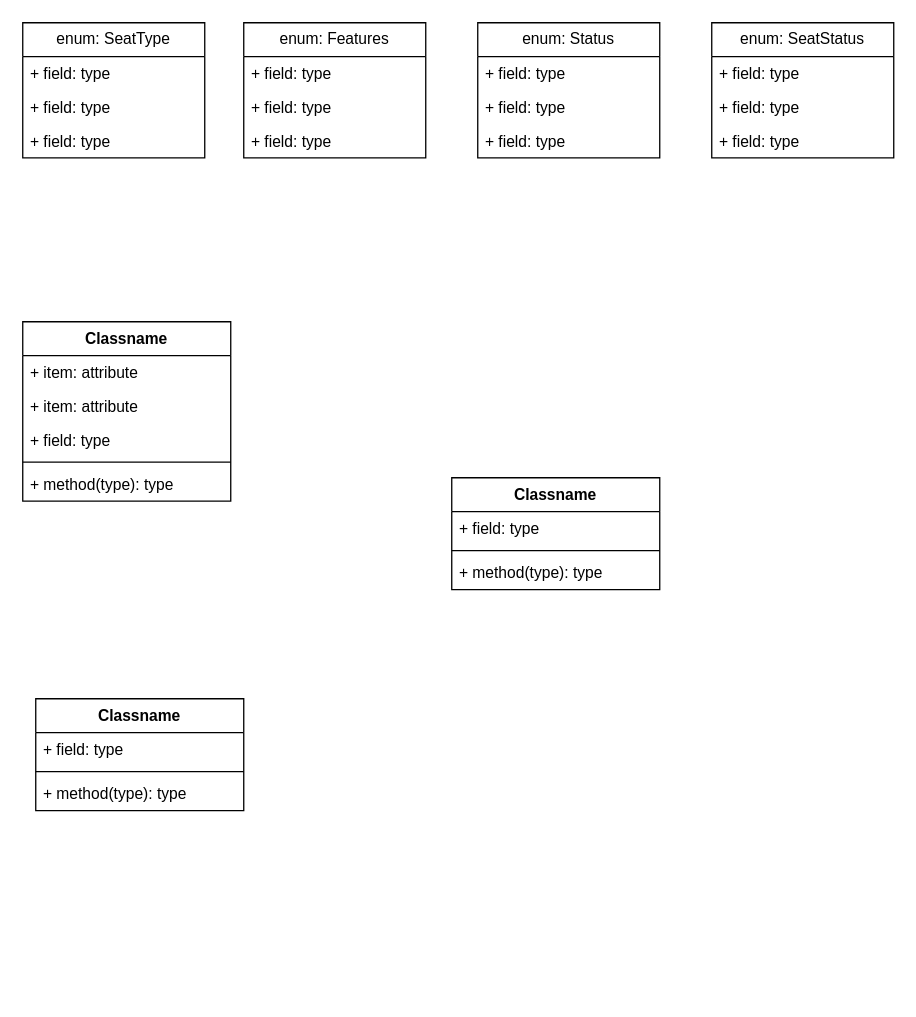
Before: BookMySHow.drawio in surajnaik90/Architectures-Designs, a draw.io diagram. Source tidied: cells renumbered, new cells numbered last; positions are measured from the earlier drawing's top-left corner, leaving out a move shared by most shapes. Both pictures are drawn from the tidied source at 130%, with x=0, y=0 at pixel (22, 22).
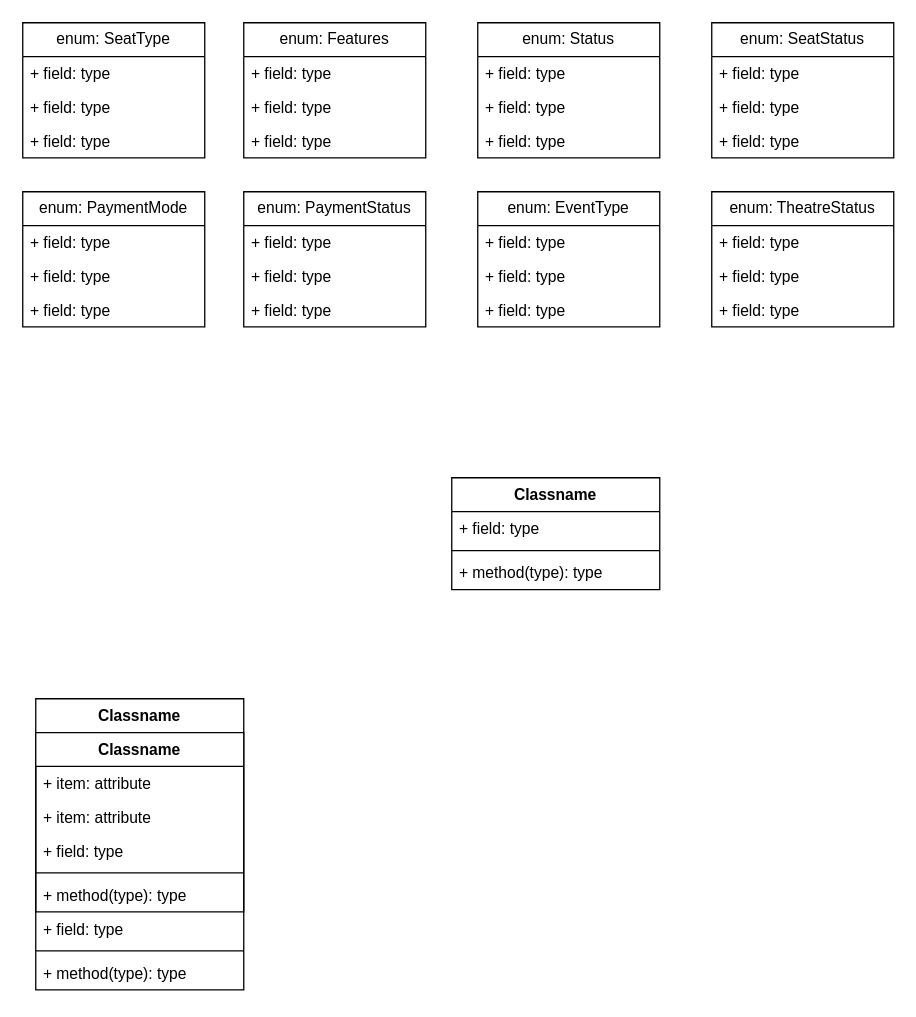
The same diagram, later.

The edit, as a diff of the source:
```diff
@@
-    <mxCell id="2" value="Classname" style="swimlane;fontStyle=1;align=center;verticalAlign=top;horizontal=1;startSize=26;whiteSpace=wrap;html=1;" parent="1" vertex="1">
-      <mxGeometry y="230" width="160" height="138" as="geometry" />
-    </mxCell>
-    <mxCell id="3" value="+ item: attribute" style="text;strokeColor=none;fillColor=none;align=left;verticalAlign=top;spacingLeft=4;spacingRight=4;overflow=hidden;whiteSpace=wrap;html=1;" parent="2" vertex="1">
-      <mxGeometry y="26" width="160" height="26" as="geometry" />
-    </mxCell>
-    <mxCell id="4" value="+ item: attribute" style="text;strokeColor=none;fillColor=none;align=left;verticalAlign=top;spacingLeft=4;spacingRight=4;overflow=hidden;whiteSpace=wrap;html=1;" parent="2" vertex="1">
-      <mxGeometry y="52" width="160" height="26" as="geometry" />
-    </mxCell>
-    <mxCell id="5" value="+ field: type" style="text;strokeColor=none;fillColor=none;align=left;verticalAlign=top;spacingLeft=4;spacingRight=4;overflow=hidden;whiteSpace=wrap;html=1;" parent="2" vertex="1">
-      <mxGeometry y="78" width="160" height="26" as="geometry" />
-    </mxCell>
-    <mxCell id="6" style="line;strokeWidth=1;fillColor=none;align=left;verticalAlign=middle;spacingTop=-1;spacingLeft=3;spacingRight=3;labelPosition=right;strokeColor=inherit;" parent="2" vertex="1">
-      <mxGeometry y="104" width="160" height="8" as="geometry" />
-    </mxCell>
-    <mxCell id="7" value="+ method(type): type" style="text;strokeColor=none;fillColor=none;align=left;verticalAlign=top;spacingLeft=4;spacingRight=4;overflow=hidden;whiteSpace=wrap;html=1;" parent="2" vertex="1">
-      <mxGeometry y="112" width="160" height="26" as="geometry" />
-    </mxCell>
@@
     <mxCell id="16" value="Classname" style="swimlane;fontStyle=1;align=center;verticalAlign=top;horizontal=1;startSize=26;whiteSpace=wrap;html=1;" parent="1" vertex="1">
-      <mxGeometry x="10" y="520" width="160" height="86" as="geometry" />
+      <mxGeometry x="10" y="520" width="160" height="224" as="geometry" />
     </mxCell>
+    <mxCell id="2" value="Classname" style="swimlane;fontStyle=1;align=center;verticalAlign=top;horizontal=1;startSize=26;whiteSpace=wrap;html=1;" parent="16" vertex="1">
+      <mxGeometry y="26" width="160" height="138" as="geometry" />
+    </mxCell>
+    <mxCell id="3" value="+ item: attribute" style="text;strokeColor=none;fillColor=none;align=left;verticalAlign=top;spacingLeft=4;spacingRight=4;overflow=hidden;whiteSpace=wrap;html=1;" parent="2" vertex="1">
+      <mxGeometry y="26" width="160" height="26" as="geometry" />
+    </mxCell>
+    <mxCell id="4" value="+ item: attribute" style="text;strokeColor=none;fillColor=none;align=left;verticalAlign=top;spacingLeft=4;spacingRight=4;overflow=hidden;whiteSpace=wrap;html=1;" parent="2" vertex="1">
+      <mxGeometry y="52" width="160" height="26" as="geometry" />
+    </mxCell>
+    <mxCell id="5" value="+ field: type" style="text;strokeColor=none;fillColor=none;align=left;verticalAlign=top;spacingLeft=4;spacingRight=4;overflow=hidden;whiteSpace=wrap;html=1;" parent="2" vertex="1">
+      <mxGeometry y="78" width="160" height="26" as="geometry" />
+    </mxCell>
+    <mxCell id="6" style="line;strokeWidth=1;fillColor=none;align=left;verticalAlign=middle;spacingTop=-1;spacingLeft=3;spacingRight=3;labelPosition=right;strokeColor=inherit;" parent="2" vertex="1">
+      <mxGeometry y="104" width="160" height="8" as="geometry" />
+    </mxCell>
+    <mxCell id="7" value="+ method(type): type" style="text;strokeColor=none;fillColor=none;align=left;verticalAlign=top;spacingLeft=4;spacingRight=4;overflow=hidden;whiteSpace=wrap;html=1;" parent="2" vertex="1">
+      <mxGeometry y="112" width="160" height="26" as="geometry" />
+    </mxCell>
     <mxCell id="17" value="+ field: type" style="text;strokeColor=none;fillColor=none;align=left;verticalAlign=top;spacingLeft=4;spacingRight=4;overflow=hidden;whiteSpace=wrap;html=1;" parent="16" vertex="1">
-      <mxGeometry y="26" width="160" height="26" as="geometry" />
+      <mxGeometry y="164" width="160" height="26" as="geometry" />
     </mxCell>
     <mxCell id="18" style="line;strokeWidth=1;fillColor=none;align=left;verticalAlign=middle;spacingTop=-1;spacingLeft=3;spacingRight=3;labelPosition=right;strokeColor=inherit;" parent="16" vertex="1">
-      <mxGeometry y="52" width="160" height="8" as="geometry" />
+      <mxGeometry y="190" width="160" height="8" as="geometry" />
     </mxCell>
     <mxCell id="19" value="+ method(type): type" style="text;strokeColor=none;fillColor=none;align=left;verticalAlign=top;spacingLeft=4;spacingRight=4;overflow=hidden;whiteSpace=wrap;html=1;" parent="16" vertex="1">
-      <mxGeometry y="60" width="160" height="26" as="geometry" />
+      <mxGeometry y="198" width="160" height="26" as="geometry" />
     </mxCell>
@@
+    <mxCell id="32" value="enum: PaymentMode" style="swimlane;fontStyle=0;horizontal=1;startSize=26;fillColor=none;whiteSpace=wrap;html=1;" parent="1" vertex="1">
+      <mxGeometry y="130" width="140" height="104" as="geometry" />
+    </mxCell>
+    <mxCell id="33" value="+ field: type" style="text;strokeColor=none;fillColor=none;align=left;verticalAlign=top;spacingLeft=4;spacingRight=4;overflow=hidden;whiteSpace=wrap;html=1;" parent="32" vertex="1">
+      <mxGeometry y="26" width="140" height="26" as="geometry" />
+    </mxCell>
+    <mxCell id="34" value="+ field: type" style="text;strokeColor=none;fillColor=none;align=left;verticalAlign=top;spacingLeft=4;spacingRight=4;overflow=hidden;whiteSpace=wrap;html=1;" parent="32" vertex="1">
+      <mxGeometry y="52" width="140" height="26" as="geometry" />
+    </mxCell>
+    <mxCell id="35" value="+ field: type" style="text;strokeColor=none;fillColor=none;align=left;verticalAlign=top;spacingLeft=4;spacingRight=4;overflow=hidden;whiteSpace=wrap;html=1;" parent="32" vertex="1">
+      <mxGeometry y="78" width="140" height="26" as="geometry" />
+    </mxCell>
+    <mxCell id="36" value="enum: PaymentStatus" style="swimlane;fontStyle=0;horizontal=1;startSize=26;fillColor=none;whiteSpace=wrap;html=1;" parent="1" vertex="1">
+      <mxGeometry x="170" y="130" width="140" height="104" as="geometry" />
+    </mxCell>
+    <mxCell id="37" value="+ field: type" style="text;strokeColor=none;fillColor=none;align=left;verticalAlign=top;spacingLeft=4;spacingRight=4;overflow=hidden;whiteSpace=wrap;html=1;" parent="36" vertex="1">
+      <mxGeometry y="26" width="140" height="26" as="geometry" />
+    </mxCell>
+    <mxCell id="38" value="+ field: type" style="text;strokeColor=none;fillColor=none;align=left;verticalAlign=top;spacingLeft=4;spacingRight=4;overflow=hidden;whiteSpace=wrap;html=1;" parent="36" vertex="1">
+      <mxGeometry y="52" width="140" height="26" as="geometry" />
+    </mxCell>
+    <mxCell id="39" value="+ field: type" style="text;strokeColor=none;fillColor=none;align=left;verticalAlign=top;spacingLeft=4;spacingRight=4;overflow=hidden;whiteSpace=wrap;html=1;" parent="36" vertex="1">
+      <mxGeometry y="78" width="140" height="26" as="geometry" />
+    </mxCell>
+    <mxCell id="40" value="enum: EventType" style="swimlane;fontStyle=0;horizontal=1;startSize=26;fillColor=none;whiteSpace=wrap;html=1;" parent="1" vertex="1">
+      <mxGeometry x="350" y="130" width="140" height="104" as="geometry" />
+    </mxCell>
+    <mxCell id="41" value="+ field: type" style="text;strokeColor=none;fillColor=none;align=left;verticalAlign=top;spacingLeft=4;spacingRight=4;overflow=hidden;whiteSpace=wrap;html=1;" parent="40" vertex="1">
+      <mxGeometry y="26" width="140" height="26" as="geometry" />
+    </mxCell>
+    <mxCell id="42" value="+ field: type" style="text;strokeColor=none;fillColor=none;align=left;verticalAlign=top;spacingLeft=4;spacingRight=4;overflow=hidden;whiteSpace=wrap;html=1;" parent="40" vertex="1">
+      <mxGeometry y="52" width="140" height="26" as="geometry" />
+    </mxCell>
+    <mxCell id="43" value="+ field: type" style="text;strokeColor=none;fillColor=none;align=left;verticalAlign=top;spacingLeft=4;spacingRight=4;overflow=hidden;whiteSpace=wrap;html=1;" parent="40" vertex="1">
+      <mxGeometry y="78" width="140" height="26" as="geometry" />
+    </mxCell>
+    <mxCell id="44" value="enum: TheatreStatus" style="swimlane;fontStyle=0;horizontal=1;startSize=26;fillColor=none;whiteSpace=wrap;html=1;" parent="1" vertex="1">
+      <mxGeometry x="530" y="130" width="140" height="104" as="geometry" />
+    </mxCell>
+    <mxCell id="45" value="+ field: type" style="text;strokeColor=none;fillColor=none;align=left;verticalAlign=top;spacingLeft=4;spacingRight=4;overflow=hidden;whiteSpace=wrap;html=1;" parent="44" vertex="1">
+      <mxGeometry y="26" width="140" height="26" as="geometry" />
+    </mxCell>
+    <mxCell id="46" value="+ field: type" style="text;strokeColor=none;fillColor=none;align=left;verticalAlign=top;spacingLeft=4;spacingRight=4;overflow=hidden;whiteSpace=wrap;html=1;" parent="44" vertex="1">
+      <mxGeometry y="52" width="140" height="26" as="geometry" />
+    </mxCell>
+    <mxCell id="47" value="+ field: type" style="text;strokeColor=none;fillColor=none;align=left;verticalAlign=top;spacingLeft=4;spacingRight=4;overflow=hidden;whiteSpace=wrap;html=1;" parent="44" vertex="1">
+      <mxGeometry y="78" width="140" height="26" as="geometry" />
+    </mxCell>
```
